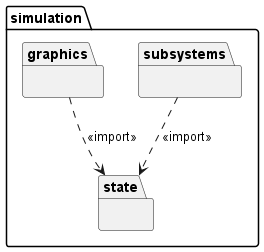
Above: out/diagrams/packets/Simulation-Pakete.png in nojusbarth/OFC (PlantUML), before the change. The source it was exported from:
```plantuml
@startuml name Simulation Project Package Structure


package "simulation" {

  package "state" {}

  package "subsystems" {}

  package "graphics" {}

}


subsystems ..> state : <<import>>
graphics ..> state : <<import>>

@enduml
```
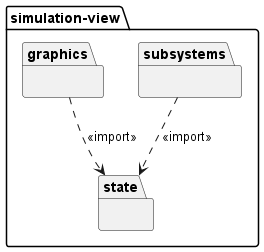
The same file after the commit.

Change to the diagram source:
```diff
@@ -1,7 +1,7 @@
 @startuml name Simulation Project Package Structure
 
 
-package "simulation" {
+package "simulation-view" {
 
   package "state" {}
 
```
